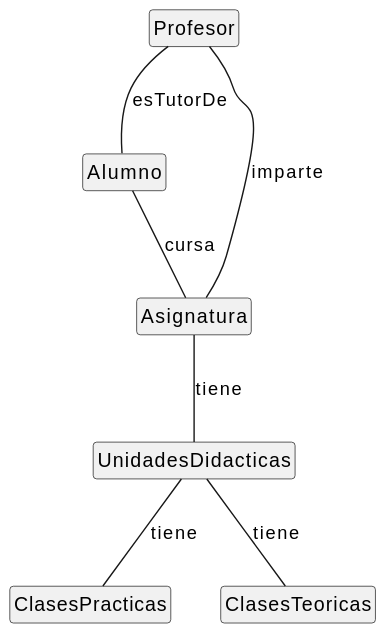
Before: Documentos/Imagenes/diagramaclases.svg, a diagram exported from PlantUML (mmasias/24-25-IdSw1-SDR).
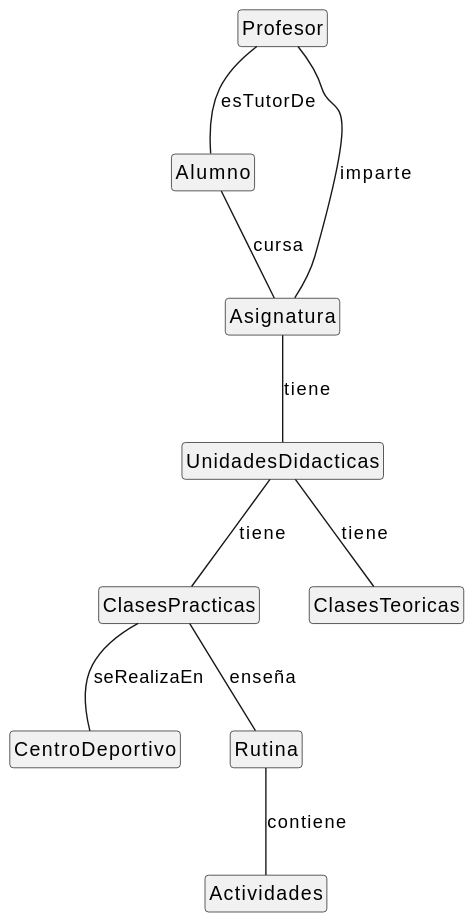
After the change.

What changed in the source:
```diff
@@ -8,6 +8,9 @@
 class UnidadesDidacticas{}
 class ClasesPracticas{}
 class ClasesTeoricas{}
+class CentroDeportivo{}
+class Rutina{}
+class Actividades{}
 
 Profesor -- Alumno : esTutorDe
 Profesor -- Asignatura : imparte
@@ -15,4 +18,7 @@
 UnidadesDidacticas -- ClasesPracticas : tiene
 UnidadesDidacticas -- ClasesTeoricas : tiene
 Alumno -- Asignatura : cursa
+ClasesPracticas -- CentroDeportivo : seRealizaEn
+ClasesPracticas -- Rutina : enseña
+Rutina -- Actividades : contiene
 @enduml
```
